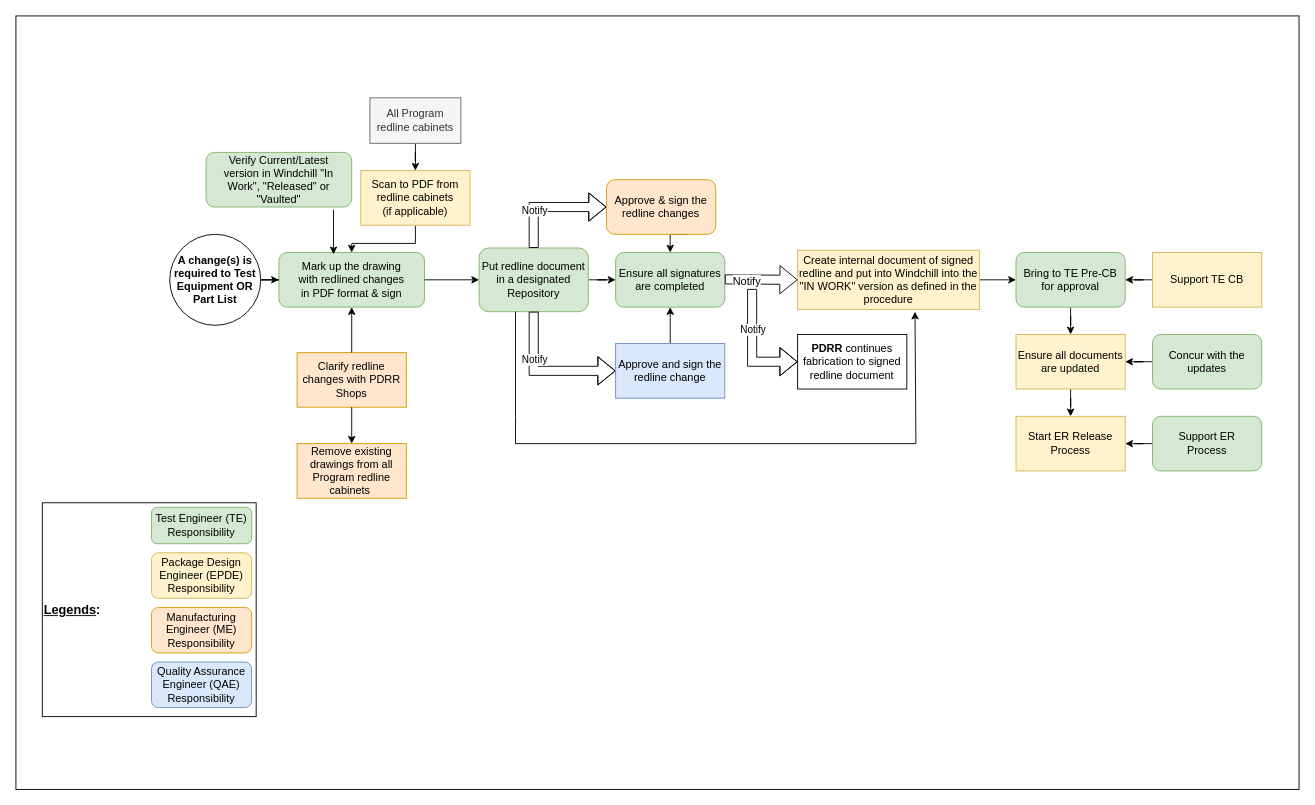
Before: Untitled Diagram.drawio in lnguyen921/UTA, a draw.io diagram. Source tidied: cells renumbered, new cells numbered last; positions are measured from the earlier drawing's top-left corner, leaving out a move shared by most shapes. Both pictures are drawn from the tidied source at 91%, with x=0, y=0 at pixel (15, 15).
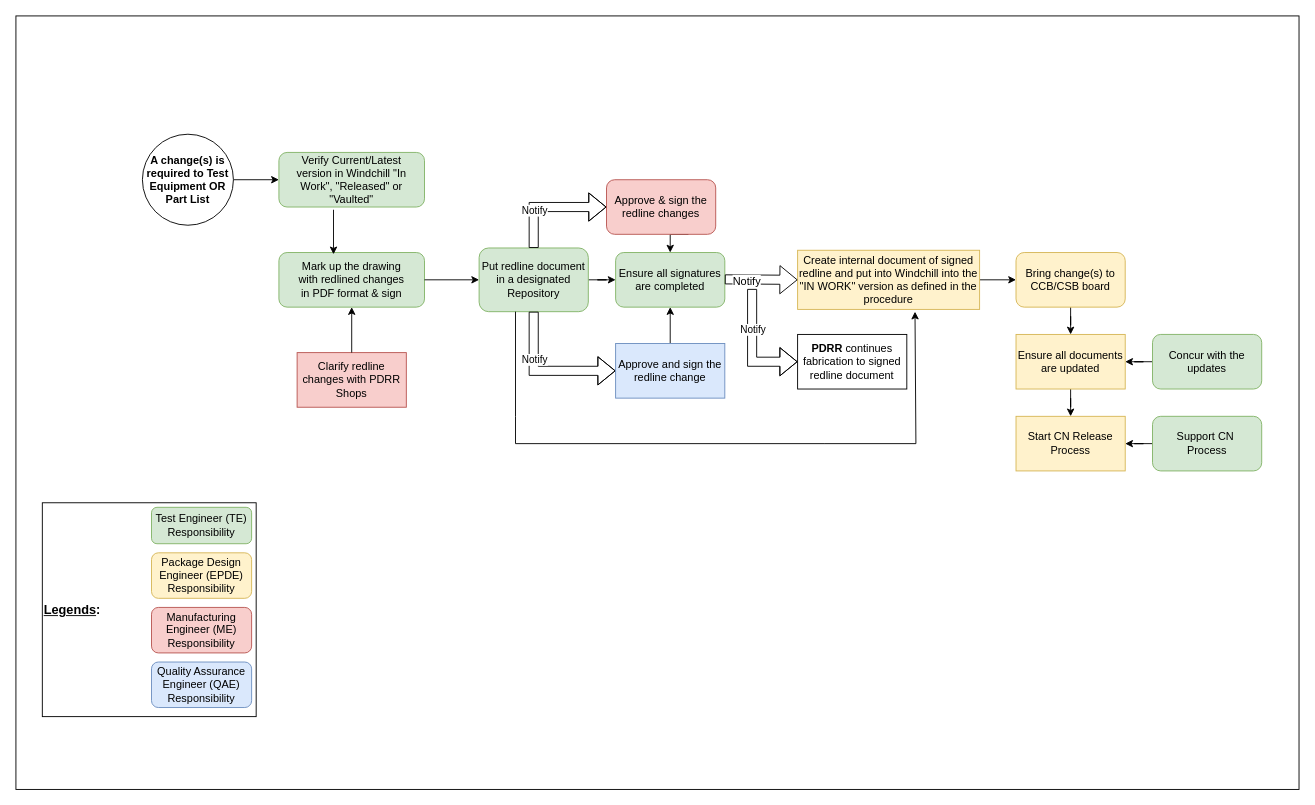
The same diagram, later.

Unchanged cells that the change refers to:
```xml
<mxCell id="6" value="Mark up the drawing&lt;div&gt;with redlined changes&lt;/div&gt;&lt;div&gt;in PDF format &amp;amp; sign&lt;/div&gt;" style="rounded=1;whiteSpace=wrap;html=1;fillColor=#d5e8d4;strokeColor=#82b366;" parent="1" vertex="1">
  <mxGeometry x="289" y="260" width="160" height="60" as="geometry" />
</mxCell>
```

What changed in the source:
```diff
@@
     <mxCell id="3" value="Verify Current/Latest&lt;div&gt;version in Windchill &quot;In Work&quot;, &quot;Released&quot; or &quot;Vaulted&quot;&lt;/div&gt;" style="rounded=1;whiteSpace=wrap;html=1;fontSize=12;glass=0;strokeWidth=1;shadow=0;fillColor=#d5e8d4;strokeColor=#82b366;" parent="1" vertex="1">
-      <mxGeometry x="209" y="150" width="160" height="60" as="geometry" />
+      <mxGeometry x="289" y="150" width="160" height="60" as="geometry" />
     </mxCell>
@@
-    <mxCell id="7" value="Clarify redline changes with PDRR Shops" style="rounded=0;whiteSpace=wrap;html=1;fillColor=#ffe6cc;strokeColor=#d79b00;" parent="1" vertex="1">
+    <mxCell id="7" value="Clarify redline changes with PDRR Shops" style="rounded=0;whiteSpace=wrap;html=1;fillColor=#f8cecc;strokeColor=#b85450;" parent="1" vertex="1">
       <mxGeometry x="309" y="370" width="120" height="60" as="geometry" />
     </mxCell>
-    <mxCell id="8" value="Remove existing d&lt;span style=&quot;background-color: initial;&quot;&gt;rawings from all&lt;/span&gt;&lt;div&gt;&lt;span style=&quot;background-color: initial;&quot;&gt;Program redline cabinets&amp;nbsp;&lt;/span&gt;&lt;/div&gt;" style="rounded=0;whiteSpace=wrap;html=1;fillColor=#ffe6cc;strokeColor=#d79b00;" parent="1" vertex="1">
-      <mxGeometry x="309" y="470" width="120" height="60" as="geometry" />
-    </mxCell>
@@
-    <mxCell id="11" style="endArrow=classic;html=1;rounded=0;entryX=0.5;entryY=0;entryDx=0;entryDy=0;exitX=0.5;exitY=1;exitDx=0;exitDy=0;" parent="1" edge="1" source="7" target="8">
-      <mxGeometry relative="1" as="geometry" />
-    </mxCell>
@@
-    <mxCell id="13" style="edgeStyle=orthogonalEdgeStyle;rounded=0;jettySize=auto;html=1;" parent="1" edge="1" source="14" target="6">
-      <mxGeometry relative="1" as="geometry" />
-    </mxCell>
-    <mxCell id="14" value="Scan to PDF from redline cabinets&lt;div&gt;(if applicable)&lt;/div&gt;" style="rounded=0;whiteSpace=wrap;html=1;fillColor=#fff2cc;strokeColor=#d6b656;" parent="1" vertex="1">
-      <mxGeometry x="379" y="170" width="120" height="60" as="geometry" />
-    </mxCell>
-    <mxCell id="15" style="edgeStyle=orthogonalEdgeStyle;rounded=0;jettySize=auto;html=1;" parent="1" edge="1" source="16" target="14">
-      <mxGeometry relative="1" as="geometry" />
-    </mxCell>
-    <mxCell id="16" value="All Program redline cabinets" style="rounded=0;whiteSpace=wrap;html=1;fillColor=#f5f5f5;fontColor=#333333;strokeColor=#666666;" parent="1" vertex="1">
-      <mxGeometry x="389" y="90" width="100" height="50" as="geometry" />
-    </mxCell>
-    <mxCell id="17" style="edgeStyle=orthogonalEdgeStyle;rounded=0;jettySize=auto;html=1;" parent="1" edge="1" source="18" target="6">
+    <mxCell id="17" style="edgeStyle=orthogonalEdgeStyle;rounded=0;jettySize=auto;html=1;entryX=0;entryY=0.5;entryDx=0;entryDy=0;" parent="1" edge="1" source="18" target="3">
       <mxGeometry relative="1" as="geometry" />
     </mxCell>
     <mxCell id="18" value="&lt;b&gt;A change(s) is required to Test Equipment OR Part List&lt;/b&gt;" style="ellipse;whiteSpace=wrap;html=1;" parent="1" vertex="1">
-      <mxGeometry x="169" y="240" width="100" height="100" as="geometry" />
+      <mxGeometry x="139" y="130" width="100" height="100" as="geometry" />
     </mxCell>
@@
-    <mxCell id="20" value="Approve &amp;amp; sign the redline changes" style="whiteSpace=wrap;html=1;fillColor=#ffe6cc;strokeColor=#d79b00;rounded=1;glass=0;strokeWidth=1;shadow=0;direction=west;" parent="1" vertex="1">
+    <mxCell id="20" value="Approve &amp;amp; sign the redline changes" style="whiteSpace=wrap;html=1;fillColor=#f8cecc;strokeColor=#b85450;rounded=1;glass=0;strokeWidth=1;shadow=0;direction=west;" parent="1" vertex="1">
       <mxGeometry x="649" y="180" width="120" height="60" as="geometry" />
     </mxCell>
@@
-    <mxCell id="35" value="Bring to TE Pre-CB for approval" style="rounded=1;whiteSpace=wrap;html=1;fillColor=#d5e8d4;strokeColor=#82b366;" parent="1" vertex="1">
+    <mxCell id="35" value="Bring change(s) to CCB/CSB board" style="rounded=1;whiteSpace=wrap;html=1;fillColor=#fff2cc;strokeColor=#d6b656;" parent="1" vertex="1">
       <mxGeometry x="1099" y="260" width="120" height="60" as="geometry" />
     </mxCell>
@@
-    <mxCell id="38" value="Start ER Release Process" style="rounded=0;whiteSpace=wrap;html=1;fillColor=#fff2cc;strokeColor=#d6b656;" parent="1" vertex="1">
+    <mxCell id="38" value="Start CN Release Process" style="rounded=0;whiteSpace=wrap;html=1;fillColor=#fff2cc;strokeColor=#d6b656;" parent="1" vertex="1">
       <mxGeometry x="1099" y="440" width="120" height="60" as="geometry" />
     </mxCell>
@@
-    <mxCell id="42" value="Support ER&lt;div&gt;Process&lt;/div&gt;" style="rounded=1;whiteSpace=wrap;html=1;fillColor=#d5e8d4;strokeColor=#82b366;" parent="1" vertex="1">
+    <mxCell id="42" value="Support CN&amp;nbsp;&lt;div&gt;Process&lt;/div&gt;" style="rounded=1;whiteSpace=wrap;html=1;fillColor=#d5e8d4;strokeColor=#82b366;" parent="1" vertex="1">
       <mxGeometry x="1249" y="440" width="120" height="60" as="geometry" />
     </mxCell>
-    <mxCell id="43" style="edgeStyle=orthogonalEdgeStyle;rounded=0;jettySize=auto;html=1;" parent="1" edge="1" source="44" target="35">
-      <mxGeometry relative="1" as="geometry" />
-    </mxCell>
-    <mxCell id="44" value="Support TE CB" style="rounded=0;whiteSpace=wrap;html=1;fillColor=#fff2cc;strokeColor=#d6b656;" parent="1" vertex="1">
-      <mxGeometry x="1249" y="260" width="120" height="60" as="geometry" />
-    </mxCell>
@@
-    <mxCell id="50" value="Manufacturing Engineer (ME) Responsibility" style="rounded=1;whiteSpace=wrap;html=1;fillColor=#ffe6cc;strokeColor=#d79b00;glass=0;" parent="1" vertex="1">
+    <mxCell id="50" value="Manufacturing Engineer (ME) Responsibility" style="rounded=1;whiteSpace=wrap;html=1;fillColor=#f8cecc;strokeColor=#b85450;glass=0;" parent="1" vertex="1">
       <mxGeometry x="149" y="650" width="110" height="50" as="geometry" />
     </mxCell>
```
